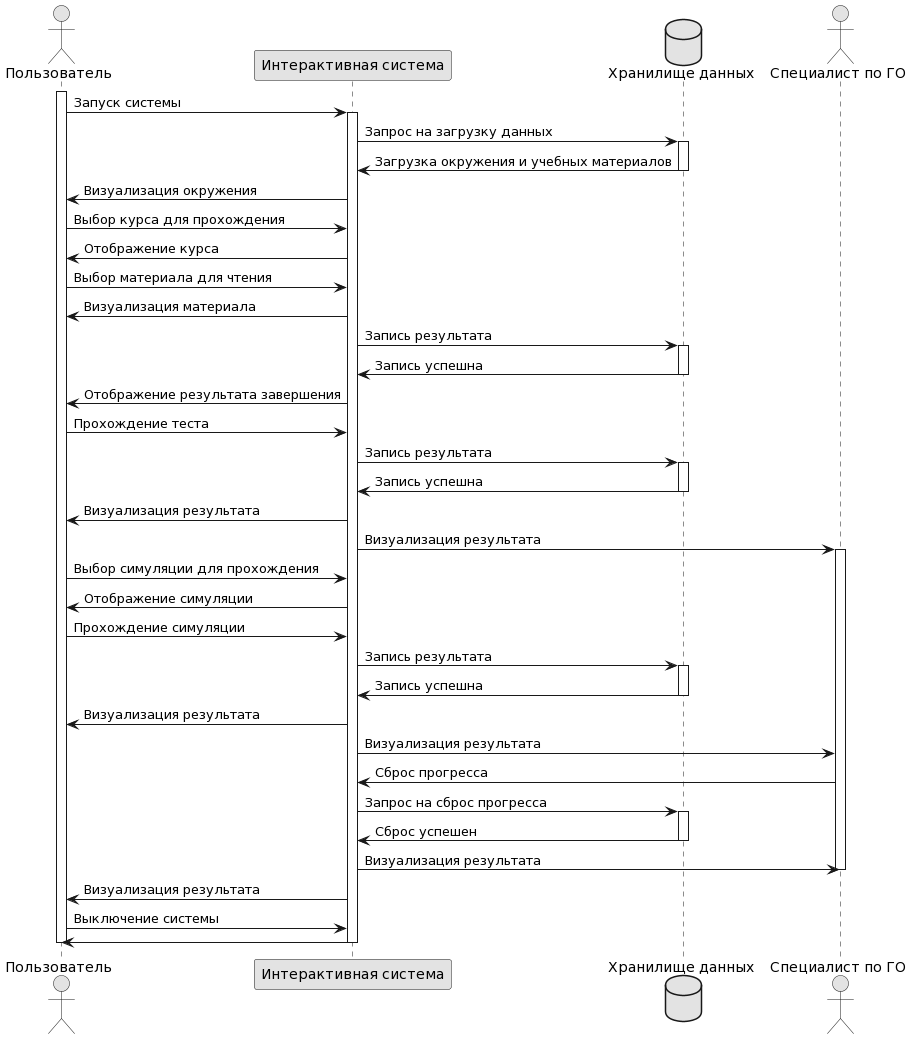
Above: Курсовой проект/Sequence.png in Allyxan/allyxan.github.io (PlantUML), before the change.
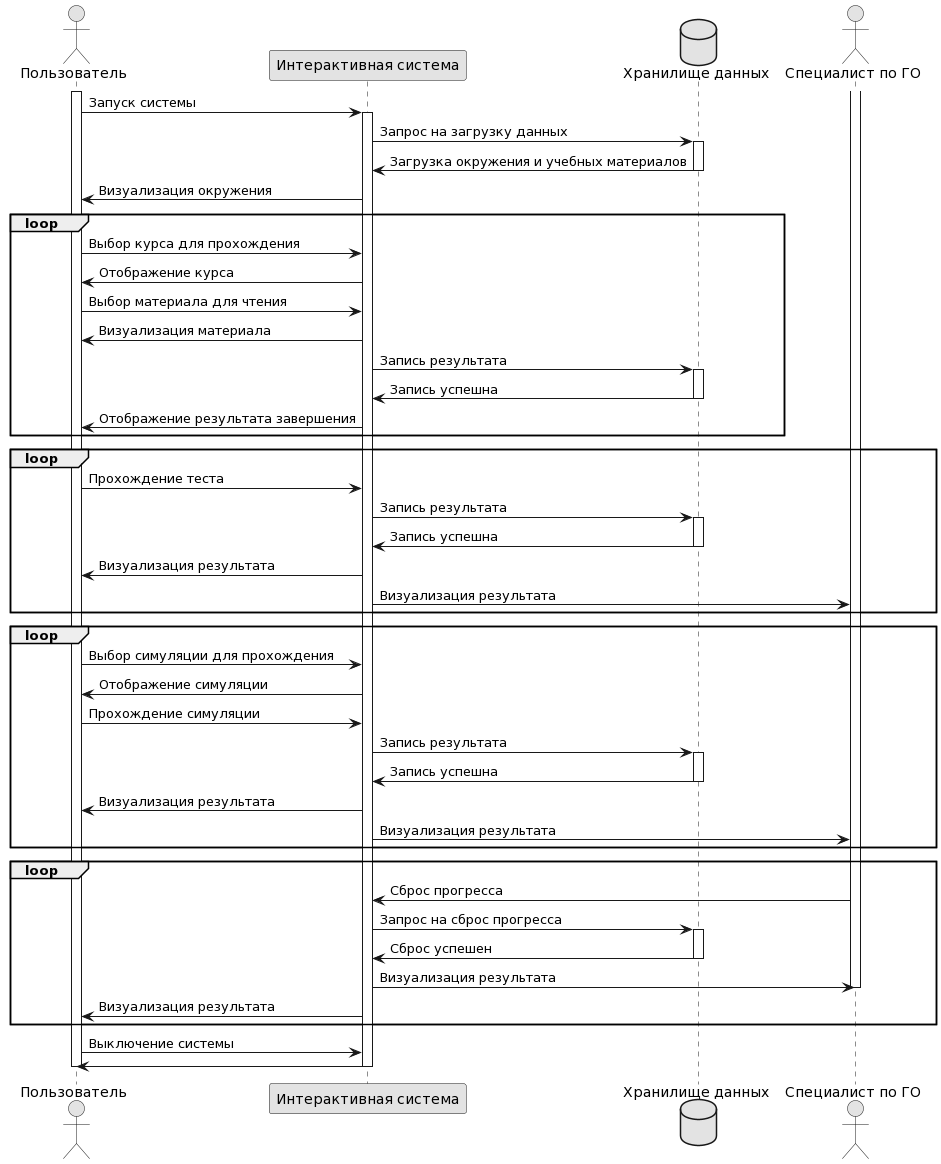
After the change.

The edit, as a diff of the source:
```diff
@@ -14,6 +14,7 @@
 bd -> ISO: Загрузка окружения и учебных материалов
 deactivate bd
 ISO -> user: Визуализация окружения
+loop
 user -> ISO: Выбор курса для прохождения
 ISO -> user: Отображение курса
 user -> ISO: Выбор материала для чтения
@@ -23,6 +24,8 @@
 bd -> ISO: Запись успешна
 deactivate bd
 ISO -> user: Отображение результата завершения
+end
+loop
 user -> ISO: Прохождение теста
 ISO -> bd: Запись результата
 activate bd
@@ -30,6 +33,8 @@
 deactivate bd
 ISO -> user: Визуализация результата
 ISO -> specialist: Визуализация результата
+end
+loop
 activate specialist
 user -> ISO: Выбор симуляции для прохождения
 ISO -> user: Отображение симуляции
@@ -40,6 +45,8 @@
 deactivate bd
 ISO -> user: Визуализация результата
 ISO -> specialist: Визуализация результата
+end
+loop
 specialist -> ISO: Сброс прогресса
 ISO -> bd: Запрос на сброс прогресса
 activate bd
@@ -48,6 +55,7 @@
 ISO -> specialist: Визуализация результата
 deactivate specialist
 ISO -> user: Визуализация результата
+end
 user -> ISO: Выключение системы
 ISO -> user
 deactivate ISO
```
